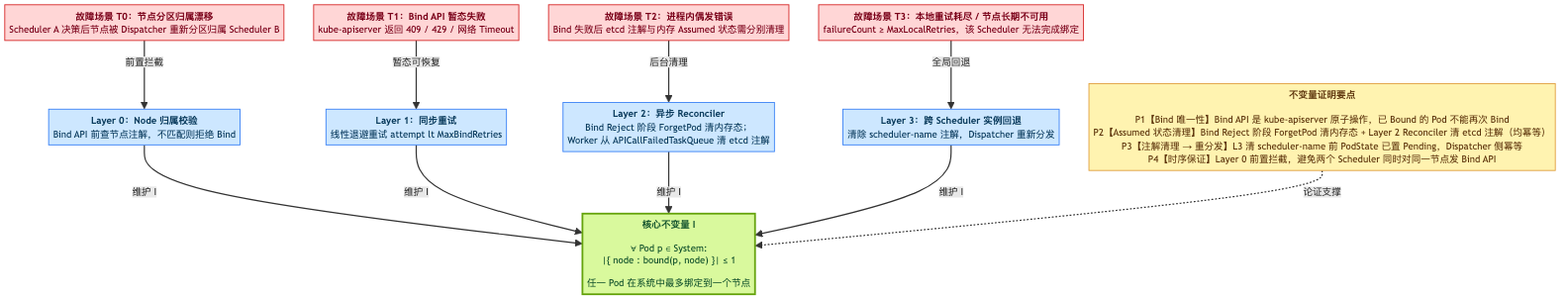
Earlier version of the Mermaid export docs/thesis/figures/fig4-3-consistency-invariant.png (tengfei86/godel-scheduler). Its source is kept beside it as docs/thesis/figures/fig4-3-consistency-invariant.mmd. Its diagram source:
```mermaid
flowchart TB
    INV["<b>核心不变量 I</b><br/><br/>∀ Pod p ∈ System:<br/>|{ node : bound(p, node) }| ≤ 1<br/><br/>任一 Pod 在系统中最多绑定到一个节点"]:::invariant

    T0["<b>故障场景 T0：节点分区归属漂移</b><br/>Scheduler A 决策后节点被 Dispatcher 重新分区归属 Scheduler B"]:::threat
    D0["<b>Layer 0：Node 归属校验</b><br/>Bind API 前查节点注解，不匹配则拒绝 Bind"]:::defense

    T1["<b>故障场景 T1：Bind API 暂态失败</b><br/>kube-apiserver 返回 409 / 429 / 网络 Timeout"]:::threat
    D1["<b>Layer 1：同步重试</b><br/>线性退避重试 attempt lt MaxBindRetries"]:::defense

    T2["<b>故障场景 T2：进程内偶发错误</b><br/>Bind 失败后 etcd 注解与内存 Assumed 状态需分别清理"]:::threat
    D2["<b>Layer 2：异步 Reconciler</b><br/>Bind Reject 阶段 ForgetPod 清内存态；<br/>Worker 从 APICallFailedTaskQueue 清 etcd 注解"]:::defense

    T3["<b>故障场景 T3：本地重试耗尽 / 节点长期不可用</b><br/>failureCount ≥ MaxLocalRetries，该 Scheduler 无法完成绑定"]:::threat
    D3["<b>Layer 3：跨 Scheduler 实例回退</b><br/>清除 scheduler-name 注解，Dispatcher 重新分发"]:::defense

    T0 -->|前置拦截| D0
    T1 -->|暂态可恢复| D1
    T2 -->|后台清理| D2
    T3 -->|全局回退| D3

    D0 -->|维护 I| INV
    D1 -->|维护 I| INV
    D2 -->|维护 I| INV
    D3 -->|维护 I| INV

    P["<b>不变量证明要点</b><br/><br/>P1【Bind 唯一性】Bind API 是 kube-apiserver 原子操作，已 Bound 的 Pod 不能再次 Bind<br/>P2【Assumed 状态清理】Bind Reject 阶段 ForgetPod 清内存态 + Layer 2 Reconciler 清 etcd 注解（均幂等）<br/>P3【注解清理 → 重分发】L3 清 scheduler-name 前 PodState 已置 Pending，Dispatcher 侧幂等<br/>P4【时序保证】Layer 0 前置拦截，避免两个 Scheduler 同时对同一节点发 Bind API"]:::proof

    P -.论证支撑.-> INV

    classDef invariant fill:#d9f99d,color:#14532d,stroke:#65a30d,stroke-width:3px;
    classDef threat fill:#ffd6d6,color:#7a0019,stroke:#d62828,stroke-width:1.5px;
    classDef defense fill:#cde7ff,color:#0b3c5d,stroke:#3b82f6,stroke-width:1.5px;
    classDef proof fill:#fff3b0,color:#5f370e,stroke:#e09f3e,stroke-width:1.5px;
```
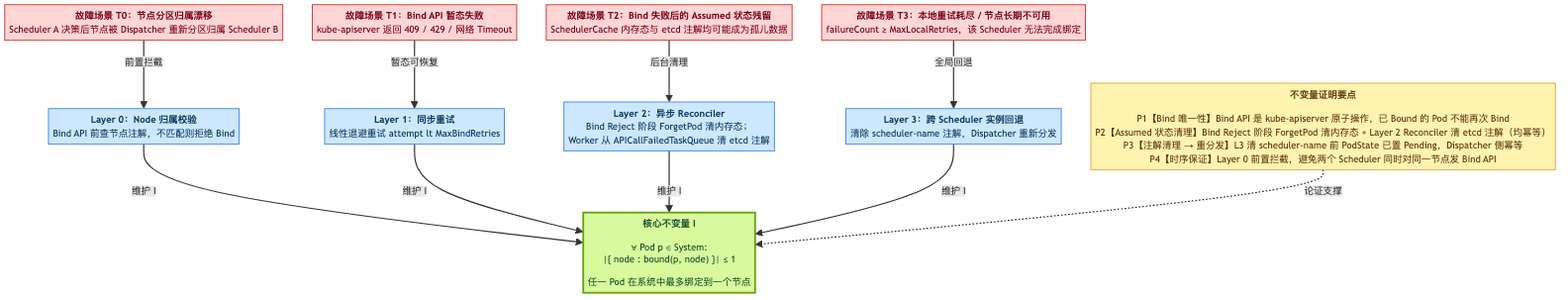
Later version of the same file.

Diff of the diagram source:
```diff
@@ -7,7 +7,7 @@
     T1["<b>故障场景 T1：Bind API 暂态失败</b><br/>kube-apiserver 返回 409 / 429 / 网络 Timeout"]:::threat
     D1["<b>Layer 1：同步重试</b><br/>线性退避重试 attempt lt MaxBindRetries"]:::defense
 
-    T2["<b>故障场景 T2：进程内偶发错误</b><br/>Bind 失败后 etcd 注解与内存 Assumed 状态需分别清理"]:::threat
+    T2["<b>故障场景 T2：Bind 失败后的 Assumed 状态残留</b><br/>SchedulerCache 内存态与 etcd 注解均可能成为孤儿数据"]:::threat
     D2["<b>Layer 2：异步 Reconciler</b><br/>Bind Reject 阶段 ForgetPod 清内存态；<br/>Worker 从 APICallFailedTaskQueue 清 etcd 注解"]:::defense
 
     T3["<b>故障场景 T3：本地重试耗尽 / 节点长期不可用</b><br/>failureCount ≥ MaxLocalRetries，该 Scheduler 无法完成绑定"]:::threat
```
